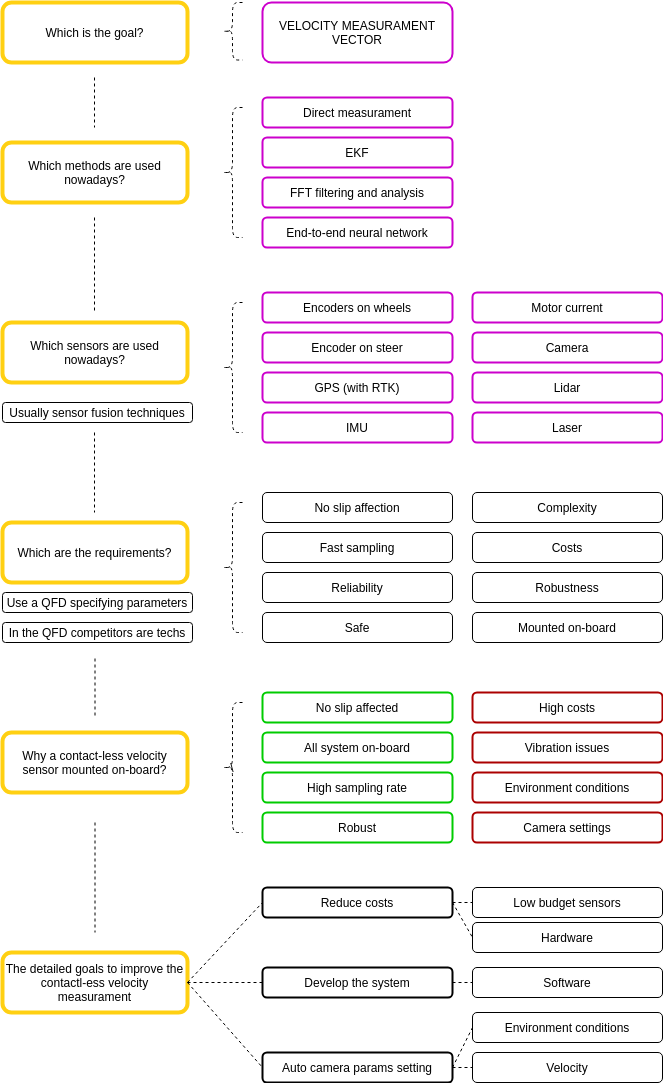
The draw.io diagram flow.png in MatteoSpadetto/race_dv_velocity, before a commit. Source tidied: cells renumbered, new cells last; positions are measured from the earlier drawing's top-left corner, leaving out a move shared by most shapes.
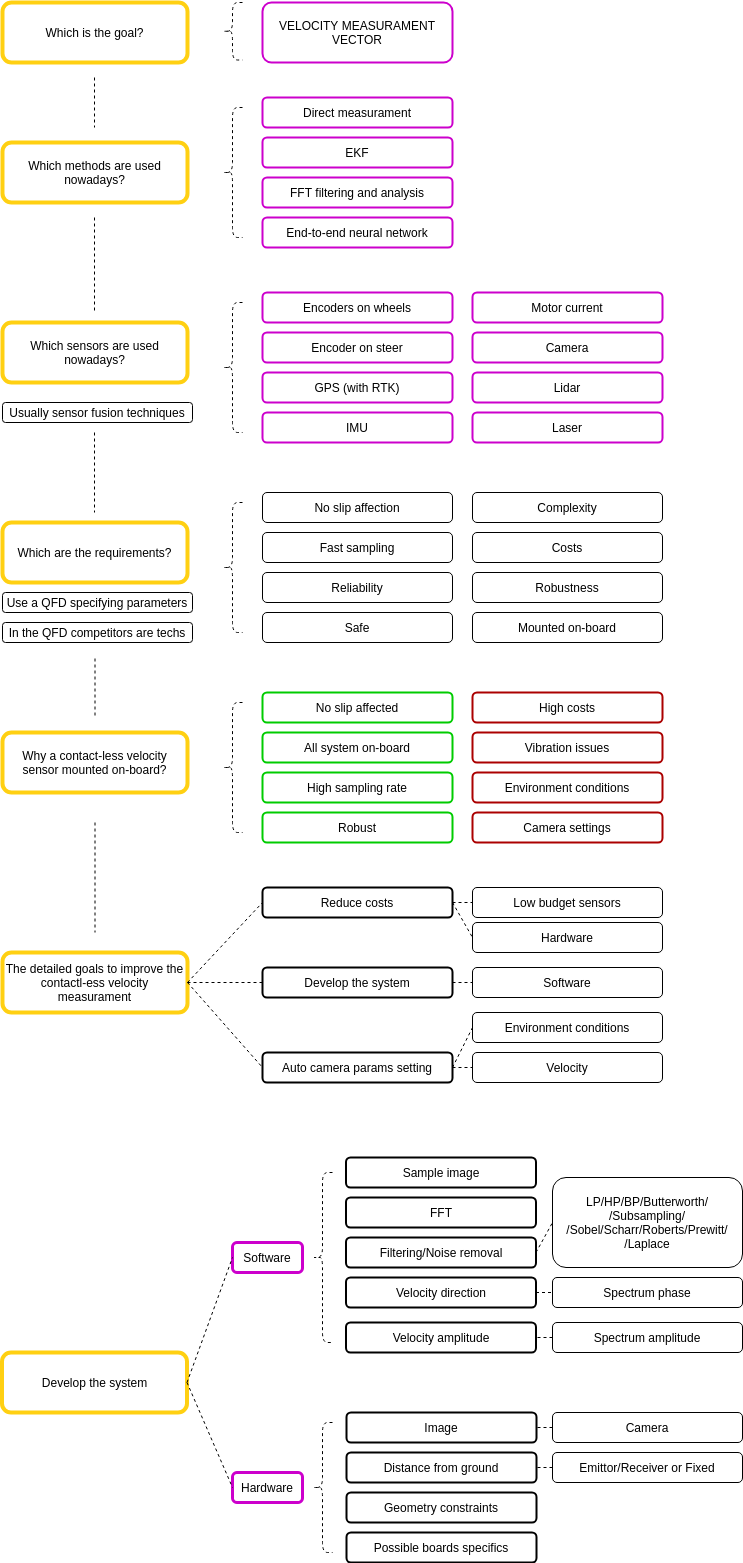
After the commit.

What changed in the source:
```diff
@@ -164,7 +164,7 @@
     <mxCell id="55" style="endArrow=none;dashed=1;html=1;exitX=1;exitY=0.5;exitDx=0;exitDy=0;entryX=0;entryY=0.5;entryDx=0;entryDy=0;strokeColor=#000000;" parent="1" edge="1" source="45" target="46">
       <mxGeometry relative="1" as="geometry" />
     </mxCell>
-    <mxCell id="56" value="\" style="shape=curlyBracket;whiteSpace=wrap;html=1;rounded=1;strokeWidth=1;dashed=1;strokeColor=#000000;" parent="1" vertex="1">
+    <mxCell id="56" style="shape=curlyBracket;whiteSpace=wrap;html=1;rounded=1;strokeWidth=1;dashed=1;strokeColor=#000000;" parent="1" vertex="1">
       <mxGeometry x="220" y="700" width="20" height="130" as="geometry" />
     </mxCell>
     <mxCell id="57" style="shape=curlyBracket;whiteSpace=wrap;html=1;rounded=1;strokeWidth=1;dashed=1;strokeColor=#000000;" parent="1" vertex="1">
@@ -194,5 +194,83 @@
     <mxCell id="65" style="line;strokeWidth=1;direction=south;html=1;dashed=1;strokeColor=#000000;" parent="1" vertex="1">
       <mxGeometry x="87" y="75" width="10" height="50" as="geometry" />
     </mxCell>
+    <mxCell id="66" value="Develop the system" style="whiteSpace=wrap;html=1;rounded=1;strokeWidth=4;strokeColor=#FFD012;" parent="1" vertex="1">
+      <mxGeometry x="-0.5" y="1350" width="185" height="60" as="geometry" />
+    </mxCell>
+    <mxCell id="67" value="Software" style="whiteSpace=wrap;html=1;rounded=1;strokeWidth=3;strokeColor=#CC00CC;" parent="1" vertex="1">
+      <mxGeometry x="230" y="1240" width="70" height="30" as="geometry" />
+    </mxCell>
+    <mxCell id="68" value="Hardware" style="whiteSpace=wrap;html=1;rounded=1;strokeWidth=3;strokeColor=#CC00CC;" parent="1" vertex="1">
+      <mxGeometry x="230" y="1470" width="70" height="30" as="geometry" />
+    </mxCell>
+    <mxCell id="69" value="Sample image" style="whiteSpace=wrap;html=1;rounded=1;strokeWidth=2;" parent="1" vertex="1">
+      <mxGeometry x="343.5" y="1155" width="190" height="30" as="geometry" />
+    </mxCell>
+    <mxCell id="70" value="FFT" style="whiteSpace=wrap;html=1;rounded=1;strokeWidth=2;" parent="1" vertex="1">
+      <mxGeometry x="343.5" y="1195" width="190" height="30" as="geometry" />
+    </mxCell>
+    <mxCell id="71" value="Image" style="whiteSpace=wrap;html=1;rounded=1;strokeWidth=2;" parent="1" vertex="1">
+      <mxGeometry x="344" y="1410" width="190" height="30" as="geometry" />
+    </mxCell>
+    <mxCell id="72" style="endArrow=none;dashed=1;html=1;exitX=1;exitY=0.5;exitDx=0;exitDy=0;entryX=0;entryY=0.5;entryDx=0;entryDy=0;strokeColor=#000000;" parent="1" edge="1" source="66" target="67">
+      <mxGeometry relative="1" as="geometry" />
+    </mxCell>
+    <mxCell id="73" style="endArrow=none;dashed=1;html=1;exitX=1;exitY=0.5;exitDx=0;exitDy=0;entryX=0;entryY=0.5;entryDx=0;entryDy=0;strokeColor=#000000;" parent="1" edge="1" source="66" target="68">
+      <mxGeometry relative="1" as="geometry" />
+    </mxCell>
+    <mxCell id="74" value="Filtering/Noise removal" style="whiteSpace=wrap;html=1;rounded=1;strokeWidth=2;" parent="1" vertex="1">
+      <mxGeometry x="343.5" y="1235" width="190" height="30" as="geometry" />
+    </mxCell>
+    <mxCell id="75" value="Velocity direction" style="whiteSpace=wrap;html=1;rounded=1;strokeWidth=2;" parent="1" vertex="1">
+      <mxGeometry x="343.5" y="1275" width="190" height="30" as="geometry" />
+    </mxCell>
+    <mxCell id="76" value="Velocity amplitude" style="whiteSpace=wrap;html=1;rounded=1;strokeWidth=2;" parent="1" vertex="1">
+      <mxGeometry x="343.5" y="1320" width="190" height="30" as="geometry" />
+    </mxCell>
+    <mxCell id="77" value="LP/HP/BP/Butterworth/&lt;br&gt;/Subsampling/&lt;br&gt;/Sobel/Scharr/Roberts/Prewitt/&lt;br&gt;/Laplace" style="whiteSpace=wrap;html=1;rounded=1;" parent="1" vertex="1">
+      <mxGeometry x="550" y="1175" width="190" height="90" as="geometry" />
+    </mxCell>
+    <mxCell id="78" style="endArrow=none;dashed=1;html=1;exitX=1;exitY=0.5;exitDx=0;exitDy=0;entryX=0;entryY=0.5;entryDx=0;entryDy=0;strokeColor=#000000;" parent="1" edge="1" source="74" target="77">
+      <mxGeometry relative="1" as="geometry" />
+    </mxCell>
+    <mxCell id="79" value="Spectrum phase" style="whiteSpace=wrap;html=1;rounded=1;" parent="1" vertex="1">
+      <mxGeometry x="550" y="1275" width="190" height="30" as="geometry" />
+    </mxCell>
+    <mxCell id="80" style="endArrow=none;dashed=1;html=1;exitX=1;exitY=0.5;exitDx=0;exitDy=0;entryX=0;entryY=0.5;entryDx=0;entryDy=0;strokeColor=#000000;" parent="1" edge="1" source="75" target="79">
+      <mxGeometry relative="1" as="geometry" />
+    </mxCell>
+    <mxCell id="81" value="Spectrum amplitude" style="whiteSpace=wrap;html=1;rounded=1;" parent="1" vertex="1">
+      <mxGeometry x="550" y="1320" width="190" height="30" as="geometry" />
+    </mxCell>
+    <mxCell id="82" style="endArrow=none;dashed=1;html=1;exitX=0;exitY=0.5;exitDx=0;exitDy=0;entryX=1;entryY=0.5;entryDx=0;entryDy=0;strokeColor=#000000;" parent="1" edge="1" source="81" target="76">
+      <mxGeometry relative="1" as="geometry" />
+    </mxCell>
+    <mxCell id="83" style="shape=curlyBracket;whiteSpace=wrap;html=1;rounded=1;strokeWidth=1;dashed=1;strokeColor=#000000;" parent="1" vertex="1">
+      <mxGeometry x="310" y="1170" width="20" height="170" as="geometry" />
+    </mxCell>
+    <mxCell id="84" value="Distance from ground" style="whiteSpace=wrap;html=1;rounded=1;strokeWidth=2;" parent="1" vertex="1">
+      <mxGeometry x="344" y="1450" width="190" height="30" as="geometry" />
+    </mxCell>
+    <mxCell id="85" value="Camera&lt;span style=&quot;color: rgba(0 , 0 , 0 , 0) ; font-family: monospace ; font-size: 0px&quot;&gt;%3CmxGraphModel%3E%3Croot%3E%3CmxCell%20id%3D%220%22%2F%3E%3CmxCell%20id%3D%221%22%20parent%3D%220%22%2F%3E%3CmxCell%20id%3D%222%22%20value%3D%22Image%22%20style%3D%22whiteSpace%3Dwrap%3Bhtml%3D1%3Brounded%3D1%3B%22%20vertex%3D%221%22%20parent%3D%221%22%3E%3CmxGeometry%20x%3D%22414%22%20y%3D%221480%22%20width%3D%22190%22%20height%3D%2230%22%20as%3D%22geometry%22%2F%3E%3C%2FmxCell%3E%3C%2Froot%3E%3C%2FmxGraphModel%3E&lt;/span&gt;" style="whiteSpace=wrap;html=1;rounded=1;" parent="1" vertex="1">
+      <mxGeometry x="550" y="1410" width="190" height="30" as="geometry" />
+    </mxCell>
+    <mxCell id="86" value="Emittor/Receiver or Fixed" style="whiteSpace=wrap;html=1;rounded=1;" parent="1" vertex="1">
+      <mxGeometry x="550" y="1450" width="190" height="30" as="geometry" />
+    </mxCell>
+    <mxCell id="87" value="Geometry constraints" style="whiteSpace=wrap;html=1;rounded=1;strokeWidth=2;" parent="1" vertex="1">
+      <mxGeometry x="344" y="1490" width="190" height="30" as="geometry" />
+    </mxCell>
+    <mxCell id="88" style="endArrow=none;dashed=1;html=1;exitX=0;exitY=0.5;exitDx=0;exitDy=0;entryX=1;entryY=0.5;entryDx=0;entryDy=0;strokeColor=#000000;" parent="1" edge="1" source="85" target="71">
+      <mxGeometry relative="1" as="geometry" />
+    </mxCell>
+    <mxCell id="89" style="endArrow=none;dashed=1;html=1;exitX=0;exitY=0.5;exitDx=0;exitDy=0;entryX=1;entryY=0.5;entryDx=0;entryDy=0;strokeColor=#000000;" parent="1" edge="1" source="86" target="84">
+      <mxGeometry relative="1" as="geometry" />
+    </mxCell>
+    <mxCell id="90" value="Possible boards specifics" style="whiteSpace=wrap;html=1;rounded=1;strokeWidth=2;" parent="1" vertex="1">
+      <mxGeometry x="344" y="1530" width="190" height="30" as="geometry" />
+    </mxCell>
+    <mxCell id="91" style="shape=curlyBracket;whiteSpace=wrap;html=1;rounded=1;strokeWidth=1;dashed=1;strokeColor=#000000;" parent="1" vertex="1">
+      <mxGeometry x="310" y="1420" width="20" height="130" as="geometry" />
+    </mxCell>
   </root>
 </mxGraphModel>
```
